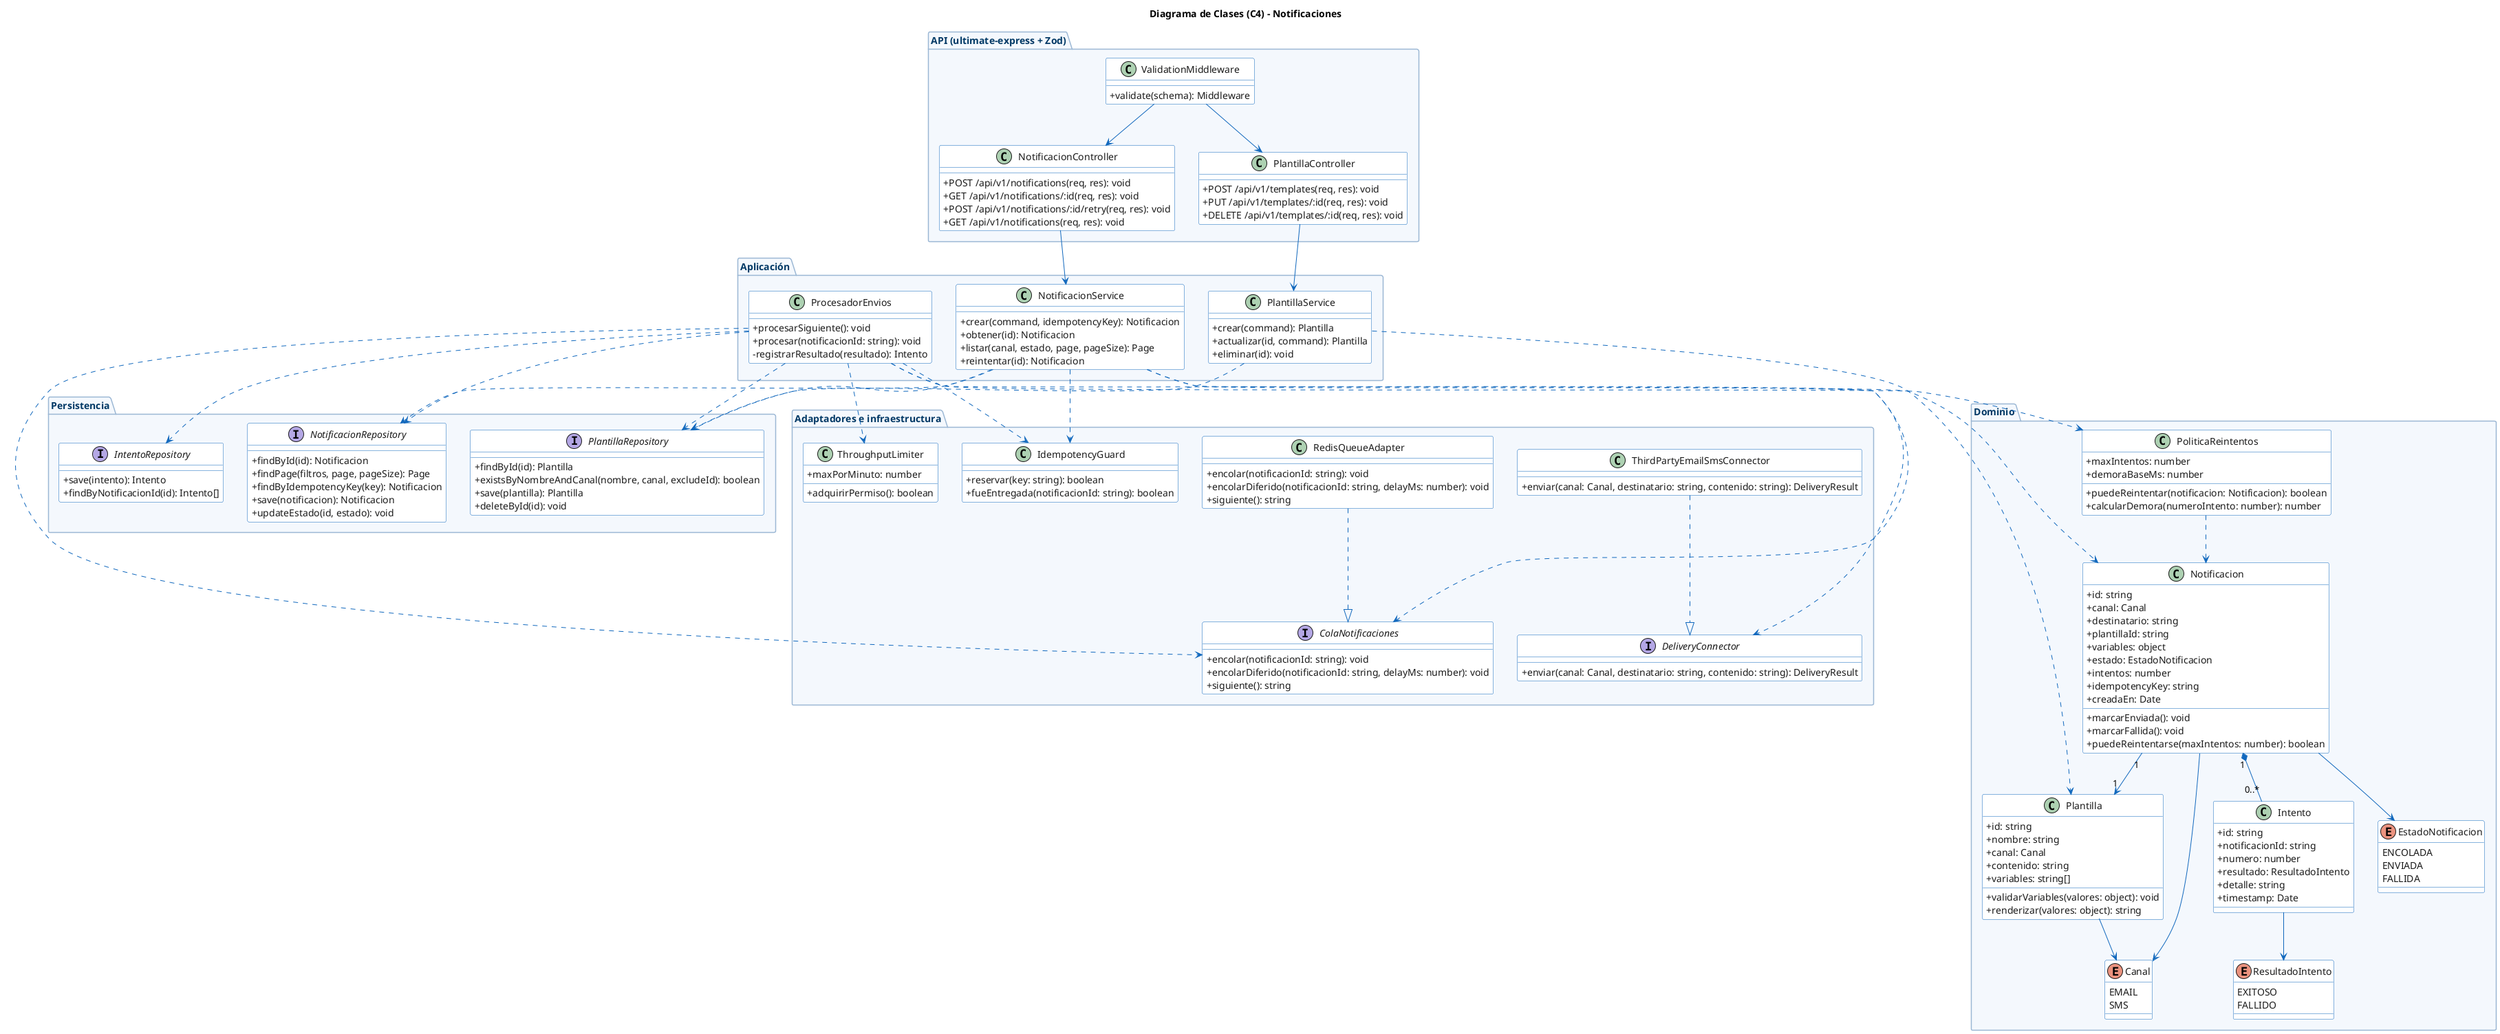
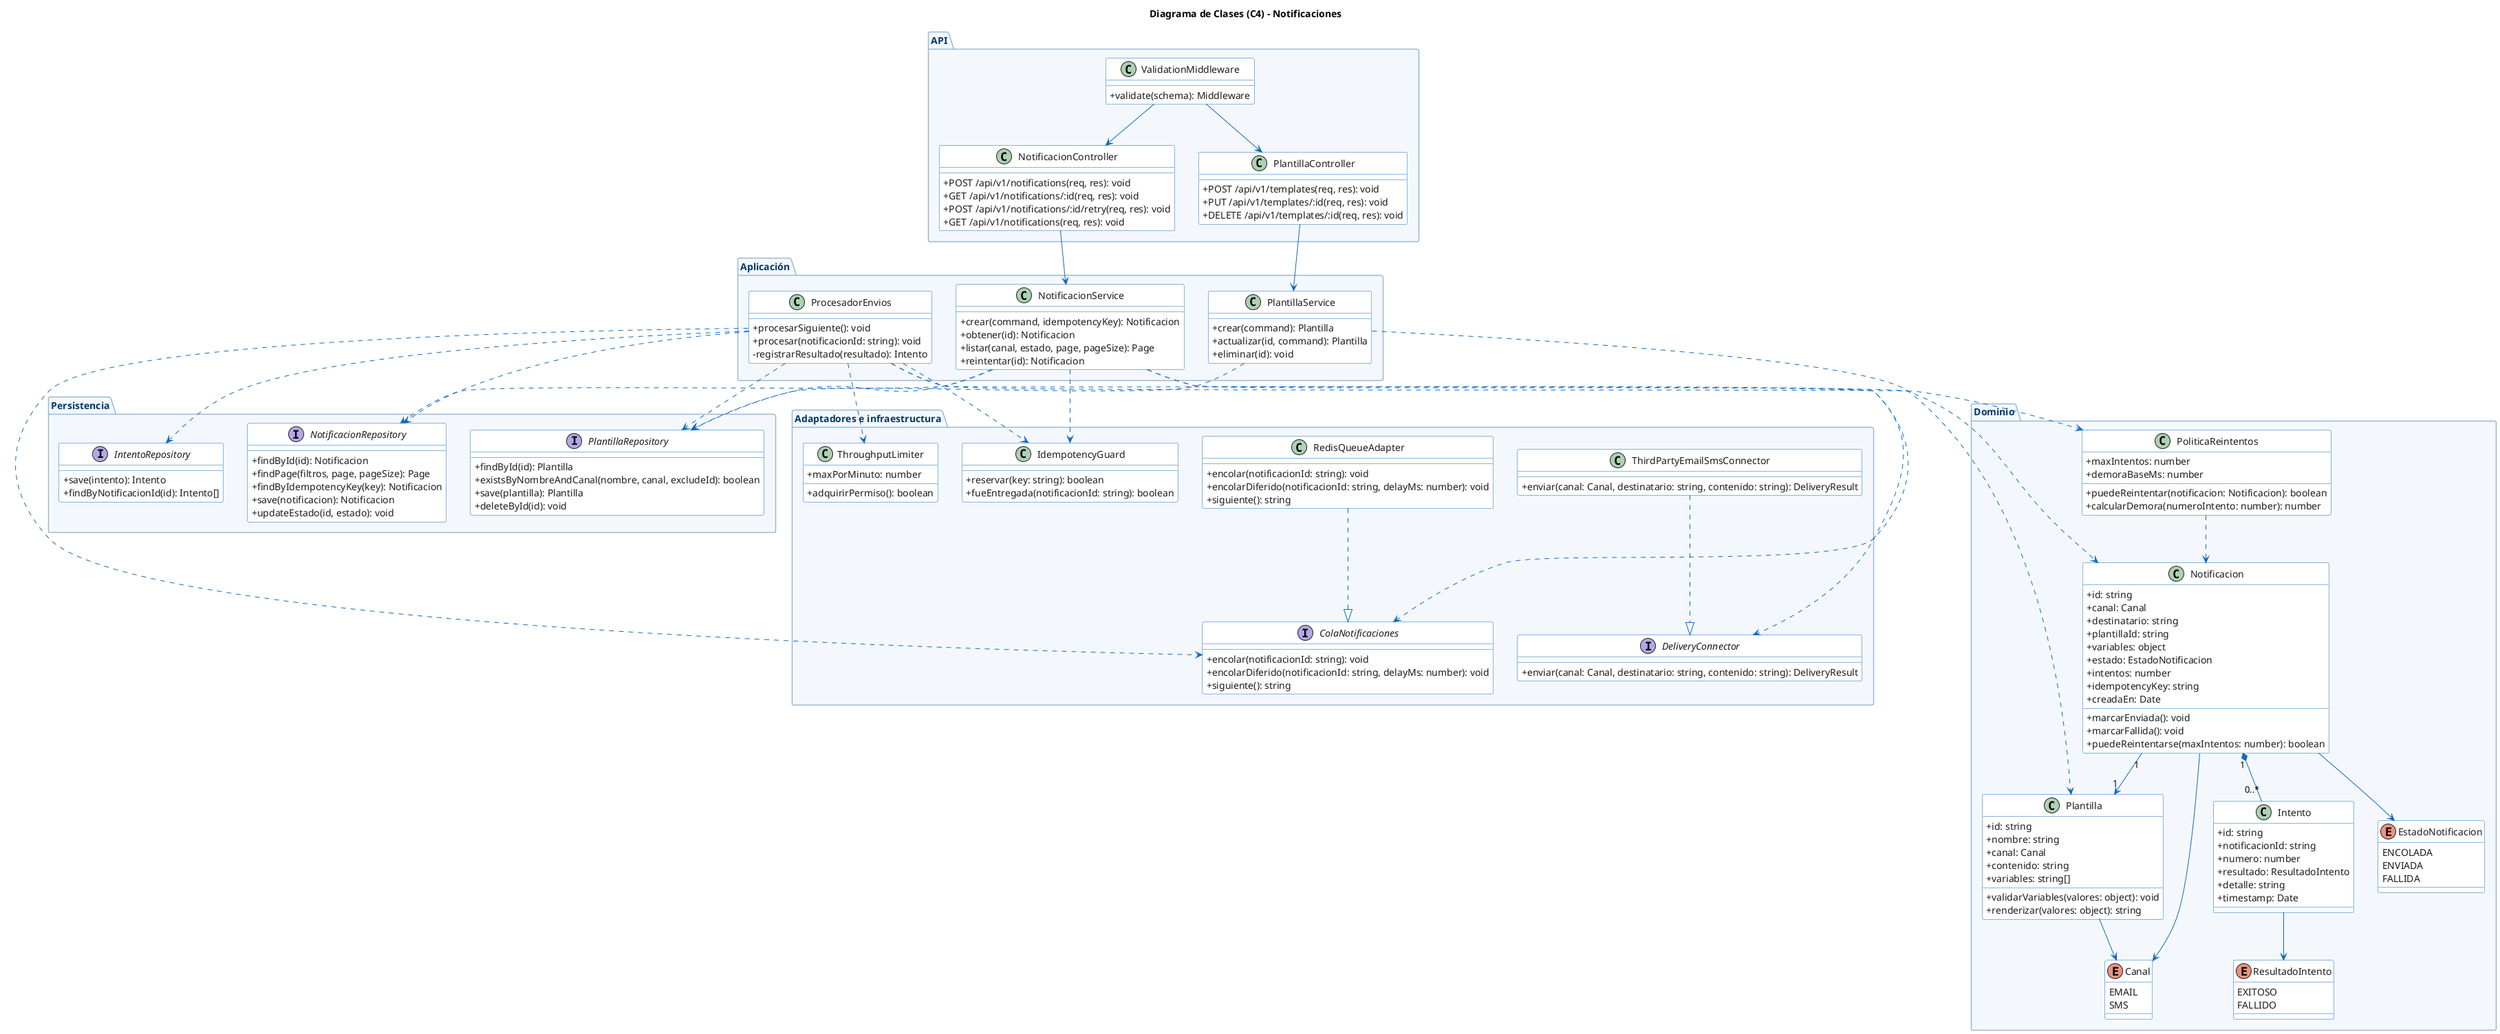
@startuml notificaciones-04-clases

skinparam backgroundColor #FFFFFF
skinparam shadowing false
skinparam classAttributeIconSize 0
skinparam class {
    BackgroundColor #FFFFFF
    BorderColor #1168BD
    ArrowColor #1168BD
    FontColor #1A1A1A
    AttributeFontColor #1A1A1A
    StereotypeFontColor #003865
}
skinparam package {
    BackgroundColor #F4F8FD
    BorderColor #9BB7D4
    FontColor #003865
}
skinparam enum {
    BackgroundColor #FFF7E6
    BorderColor #E0A800
    FontColor #1A1A1A
}

title Diagrama de Clases (C4) - Notificaciones

package "Dominio" {
    enum Canal {
        EMAIL
        SMS
    }

    enum EstadoNotificacion {
        ENCOLADA
        ENVIADA
        FALLIDA
    }

    enum ResultadoIntento {
        EXITOSO
        FALLIDO
    }

    class Plantilla {
        +id: string
        +nombre: string
        +canal: Canal
        +contenido: string
        +variables: string[]
        +validarVariables(valores: object): void
        +renderizar(valores: object): string
    }

    class Notificacion {
        +id: string
        +canal: Canal
        +destinatario: string
        +plantillaId: string
        +variables: object
        +estado: EstadoNotificacion
        +intentos: number
        +idempotencyKey: string
        +creadaEn: Date
        +marcarEnviada(): void
        +marcarFallida(): void
        +puedeReintentarse(maxIntentos: number): boolean
    }

    class Intento {
        +id: string
        +notificacionId: string
        +numero: number
        +resultado: ResultadoIntento
        +detalle: string
        +timestamp: Date
    }

    class PoliticaReintentos {
        +maxIntentos: number
        +demoraBaseMs: number
        +puedeReintentar(notificacion: Notificacion): boolean
        +calcularDemora(numeroIntento: number): number
    }
}

Plantilla --> Canal
Notificacion --> Canal
Notificacion --> EstadoNotificacion
Notificacion "1" --> "1" Plantilla
Notificacion "1" *-- "0..*" Intento
Intento --> ResultadoIntento
PoliticaReintentos ..> Notificacion

- package "API (ultimate-express + Zod)" {
+ package "API" {
    class NotificacionController {
        +POST /api/v1/notifications(req, res): void
        +GET /api/v1/notifications/:id(req, res): void
        +POST /api/v1/notifications/:id/retry(req, res): void
        +GET /api/v1/notifications(req, res): void
    }

    class PlantillaController {
        +POST /api/v1/templates(req, res): void
        +PUT /api/v1/templates/:id(req, res): void
        +DELETE /api/v1/templates/:id(req, res): void
    }

    class ValidationMiddleware {
        +validate(schema): Middleware
    }
}

package "Aplicación" {
    class NotificacionService {
        +crear(command, idempotencyKey): Notificacion
        +obtener(id): Notificacion
        +listar(canal, estado, page, pageSize): Page
        +reintentar(id): Notificacion
    }

    class PlantillaService {
        +crear(command): Plantilla
        +actualizar(id, command): Plantilla
        +eliminar(id): void
    }

    class ProcesadorEnvios {
        +procesarSiguiente(): void
        +procesar(notificacionId: string): void
        -registrarResultado(resultado): Intento
    }
}

ValidationMiddleware --> NotificacionController
ValidationMiddleware --> PlantillaController
NotificacionController --> NotificacionService
PlantillaController --> PlantillaService

package "Persistencia" {
    interface NotificacionRepository {
        +findById(id): Notificacion
        +findPage(filtros, page, pageSize): Page
        +findByIdempotencyKey(key): Notificacion
        +save(notificacion): Notificacion
        +updateEstado(id, estado): void
    }

    interface PlantillaRepository {
        +findById(id): Plantilla
        +existsByNombreAndCanal(nombre, canal, excludeId): boolean
        +save(plantilla): Plantilla
        +deleteById(id): void
    }

    interface IntentoRepository {
        +save(intento): Intento
        +findByNotificacionId(id): Intento[]
    }
}

package "Adaptadores e infraestructura" {
    interface ColaNotificaciones {
        +encolar(notificacionId: string): void
        +encolarDiferido(notificacionId: string, delayMs: number): void
        +siguiente(): string
    }

    interface DeliveryConnector {
        +enviar(canal: Canal, destinatario: string, contenido: string): DeliveryResult
    }

    class ThirdPartyEmailSmsConnector {
        +enviar(canal: Canal, destinatario: string, contenido: string): DeliveryResult
    }

    class RedisQueueAdapter {
        +encolar(notificacionId: string): void
        +encolarDiferido(notificacionId: string, delayMs: number): void
        +siguiente(): string
    }

    class ThroughputLimiter {
        +maxPorMinuto: number
        +adquirirPermiso(): boolean
    }

    class IdempotencyGuard {
        +reservar(key: string): boolean
        +fueEntregada(notificacionId: string): boolean
    }
}

ThirdPartyEmailSmsConnector ..|> DeliveryConnector
RedisQueueAdapter ..|> ColaNotificaciones

NotificacionService ..> NotificacionRepository
NotificacionService ..> PlantillaRepository
NotificacionService ..> ColaNotificaciones
NotificacionService ..> IdempotencyGuard
NotificacionService ..> Notificacion

PlantillaService ..> PlantillaRepository
PlantillaService ..> Plantilla

ProcesadorEnvios ..> NotificacionRepository
ProcesadorEnvios ..> PlantillaRepository
ProcesadorEnvios ..> IntentoRepository
ProcesadorEnvios ..> ColaNotificaciones
ProcesadorEnvios ..> DeliveryConnector
ProcesadorEnvios ..> ThroughputLimiter
ProcesadorEnvios ..> IdempotencyGuard
ProcesadorEnvios ..> PoliticaReintentos



@enduml
